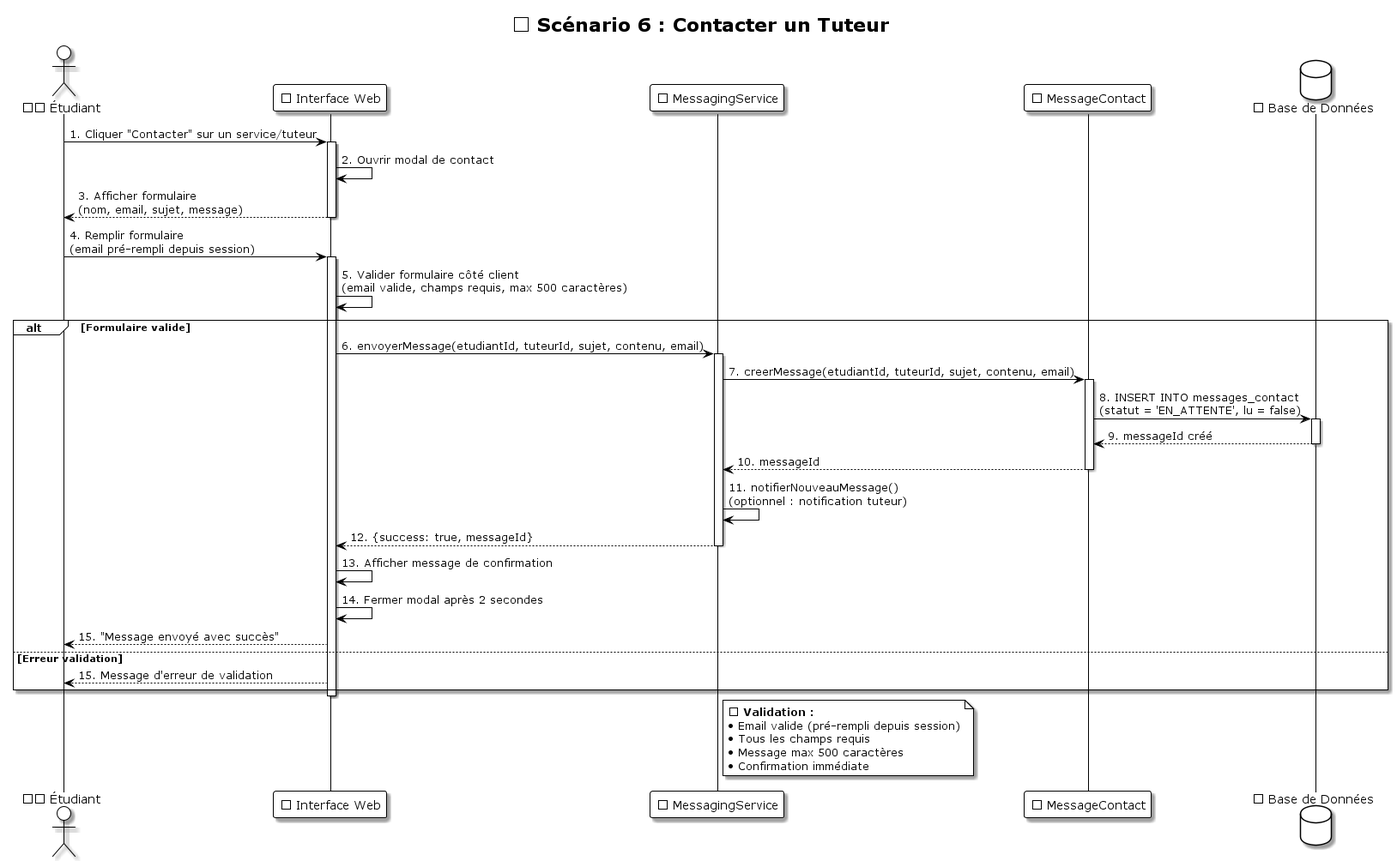
Earlier version of the PlantUML export UML/diagrammes_sequence/Sequence_06_Contacter_Tuteur.png (LLAbdul/LLAbdul-projet-tutoplus).
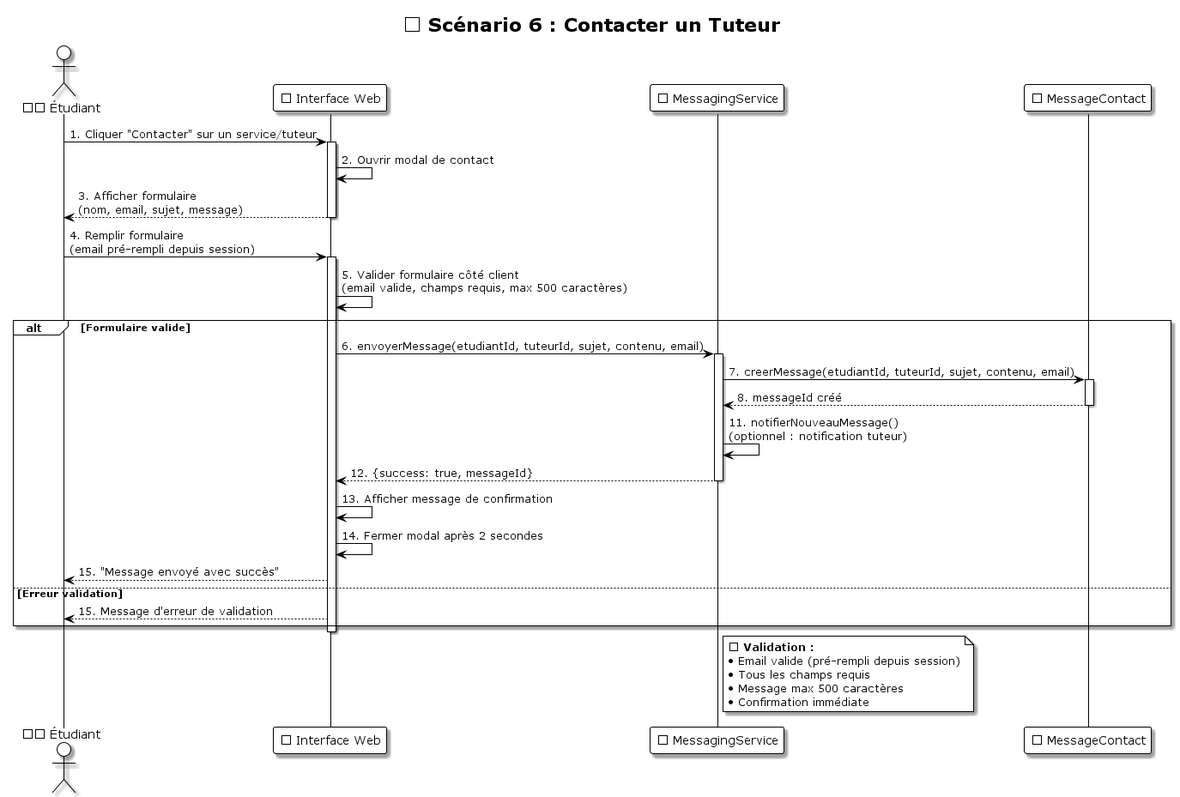
The same diagram one commit later.

The edit, as a diff of the source:
```diff
@@ -9,7 +9,6 @@
 participant "🌐 Interface Web" as UI
 participant "💬 MessagingService" as MessagingService
 participant "💬 MessageContact" as MessageContact
-database "💾 Base de Données" as DB
 
 Etudiant -> UI: 1. Cliquer "Contacter" sur un service/tuteur
 activate UI
@@ -27,13 +26,7 @@
 
     MessagingService -> MessageContact: 7. creerMessage(etudiantId, tuteurId, sujet, contenu, email)
     activate MessageContact
-
-    MessageContact -> DB: 8. INSERT INTO messages_contact\n(statut = 'EN_ATTENTE', lu = false)
-    activate DB
-    DB --> MessageContact: 9. messageId créé
-    deactivate DB
-
-    MessageContact --> MessagingService: 10. messageId
+    MessageContact --> MessagingService: 8. messageId créé
     deactivate MessageContact
 
     MessagingService -> MessagingService: 11. notifierNouveauMessage()\n(optionnel : notification tuteur)
```
